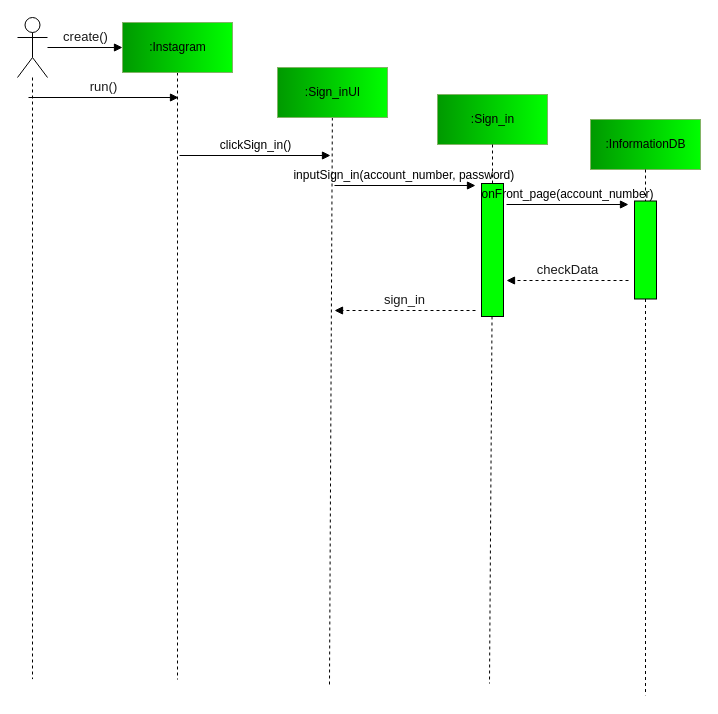
s9606105/end-report keeps this draw.io diagram as page "登入流程" (7 of 15) of prog.drawio. Above is the earlier version. Source tidied: cells renumbered, new cells numbered last; positions are measured from the earlier drawing's top-left corner, leaving out a move shared by most shapes. Both pictures are drawn from the tidied source at 100%, with x=0, y=0 at pixel (17, 17).
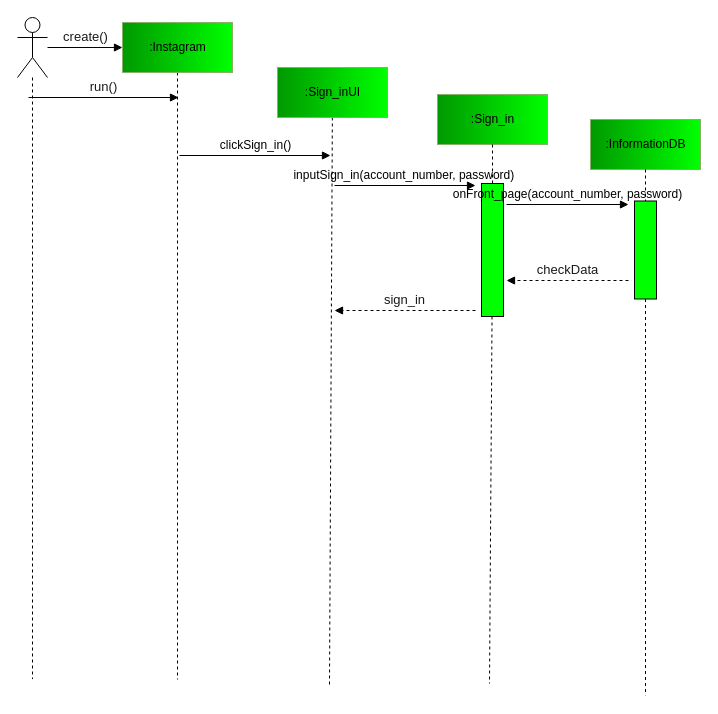
The same page after the edit.

Diff of the diagram source:
```diff
@@
-    <mxCell id="16" value="&lt;span style=&quot;font-size: 12px&quot;&gt;onFront_page(account_number)&lt;/span&gt;" style="html=1;verticalAlign=bottom;endArrow=block;fontSize=13;fontColor=#000000;strokeColor=#000000;labelBackgroundColor=none;" parent="1" edge="1">
+    <mxCell id="16" value="&lt;span style=&quot;font-size: 12px&quot;&gt;onFront_page(account_number, password)&lt;/span&gt;" style="html=1;verticalAlign=bottom;endArrow=block;fontSize=13;fontColor=#000000;strokeColor=#000000;labelBackgroundColor=none;" parent="1" edge="1">
       <mxGeometry relative="1" as="geometry">
         <mxPoint x="489" y="187" as="sourcePoint" />
         <mxPoint x="611" y="187" as="targetPoint" />
       </mxGeometry>
     </mxCell>
```
